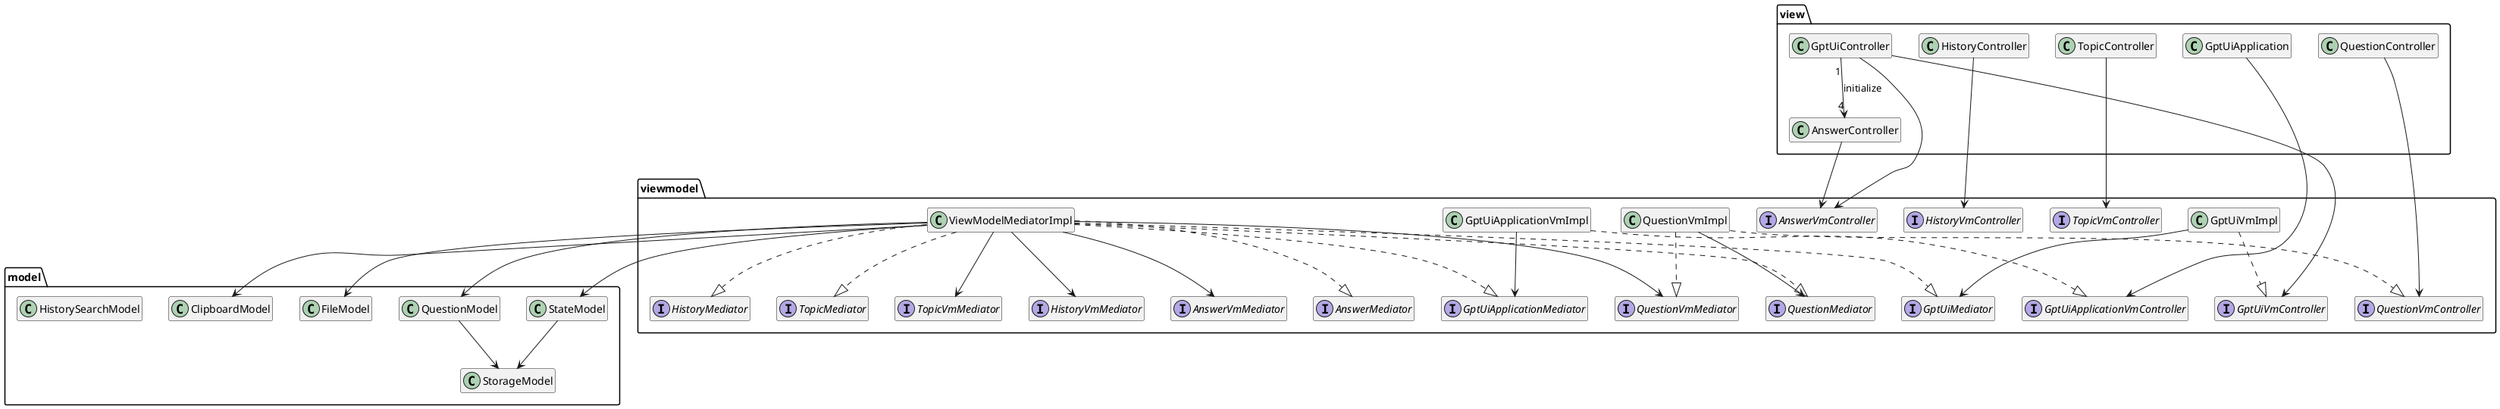
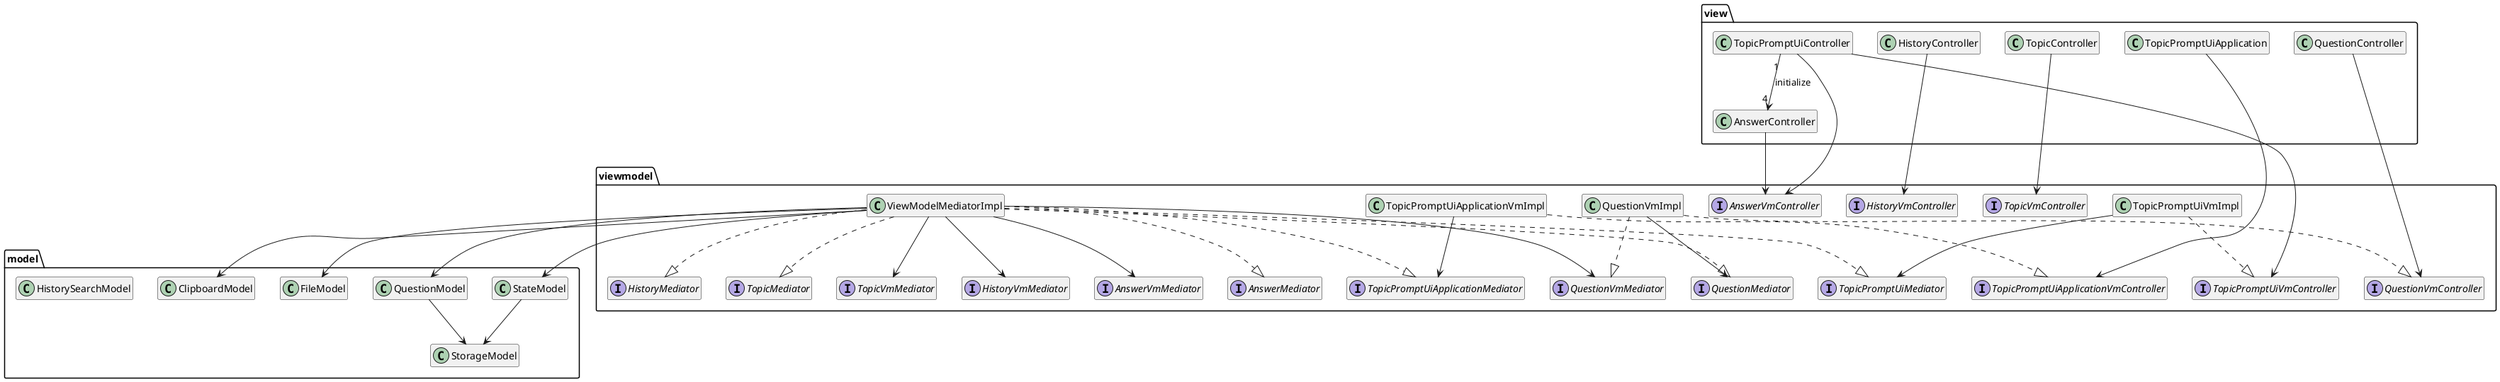
@startuml
hide empty members

package model{
    class StateModel
    class ClipboardModel
    class FileModel
    class QuestionModel
    class StorageModel
    class HistorySearchModel
}
package viewmodel {
    interface QuestionVmController
    interface QuestionVmMediator
    class QuestionVmImpl

    interface TopicVmController
    interface TopicVmMediator
    interface HistoryVmController
    interface HistoryVmMediator
    interface AnswerVmController
    interface AnswerVmMediator
-     interface GptUiVmController
+     interface TopicPromptUiVmController

-     class GptUiVmImpl
+     class TopicPromptUiVmImpl

-     interface GptUiApplicationVmController
-     class GptUiApplicationVmImpl
+     interface TopicPromptUiApplicationVmController
+     class TopicPromptUiApplicationVmImpl

    interface AnswerMediator
-     interface GptUiApplicationMediator
-     interface GptUiMediator
+     interface TopicPromptUiApplicationMediator
+     interface TopicPromptUiMediator
    interface HistoryMediator
    interface QuestionMediator
    interface TopicMediator
    class ViewModelMediatorImpl
}

package view {
-     class GptUiApplication
+     class TopicPromptUiApplication
    class AnswerController
-     class GptUiApplication
-     class GptUiController
+     class TopicPromptUiApplication
+     class TopicPromptUiController
    class HistoryController
    class QuestionController
    class TopicController
}

- GptUiApplication --> GptUiApplicationVmController
+ TopicPromptUiApplication --> TopicPromptUiApplicationVmController

- GptUiApplicationVmImpl ..|> GptUiApplicationVmController
- GptUiApplicationVmImpl --> GptUiApplicationMediator
+ TopicPromptUiApplicationVmImpl ..|> TopicPromptUiApplicationVmController
+ TopicPromptUiApplicationVmImpl --> TopicPromptUiApplicationMediator

ViewModelMediatorImpl ..|> AnswerMediator
- ViewModelMediatorImpl ..|> GptUiApplicationMediator
- ViewModelMediatorImpl ..|> GptUiMediator
+ ViewModelMediatorImpl ..|> TopicPromptUiApplicationMediator
+ ViewModelMediatorImpl ..|> TopicPromptUiMediator
ViewModelMediatorImpl ..|> HistoryMediator
ViewModelMediatorImpl ..|> QuestionMediator
ViewModelMediatorImpl ..|> TopicMediator

ViewModelMediatorImpl --> AnswerVmMediator
ViewModelMediatorImpl --> HistoryVmMediator
ViewModelMediatorImpl --> QuestionVmMediator
ViewModelMediatorImpl --> TopicVmMediator

QuestionVmImpl ..|> QuestionVmController
QuestionVmImpl ..|> QuestionVmMediator
QuestionVmImpl --> QuestionMediator

- GptUiVmImpl ..|> GptUiVmController
- GptUiVmImpl --> GptUiMediator
+ TopicPromptUiVmImpl ..|> TopicPromptUiVmController
+ TopicPromptUiVmImpl --> TopicPromptUiMediator

TopicController ---> TopicVmController
QuestionController ---> QuestionVmController
HistoryController ---> HistoryVmController
AnswerController --> AnswerVmController

- GptUiController "1" --> "4" AnswerController: initialize
- GptUiController --> AnswerVmController
- GptUiController --> GptUiVmController
+ TopicPromptUiController "1" --> "4" AnswerController: initialize
+ TopicPromptUiController --> AnswerVmController
+ TopicPromptUiController --> TopicPromptUiVmController

StateModel --> StorageModel
QuestionModel --> StorageModel

ViewModelMediatorImpl --> StateModel
ViewModelMediatorImpl --> QuestionModel
ViewModelMediatorImpl --> ClipboardModel
ViewModelMediatorImpl --> FileModel

@enduml